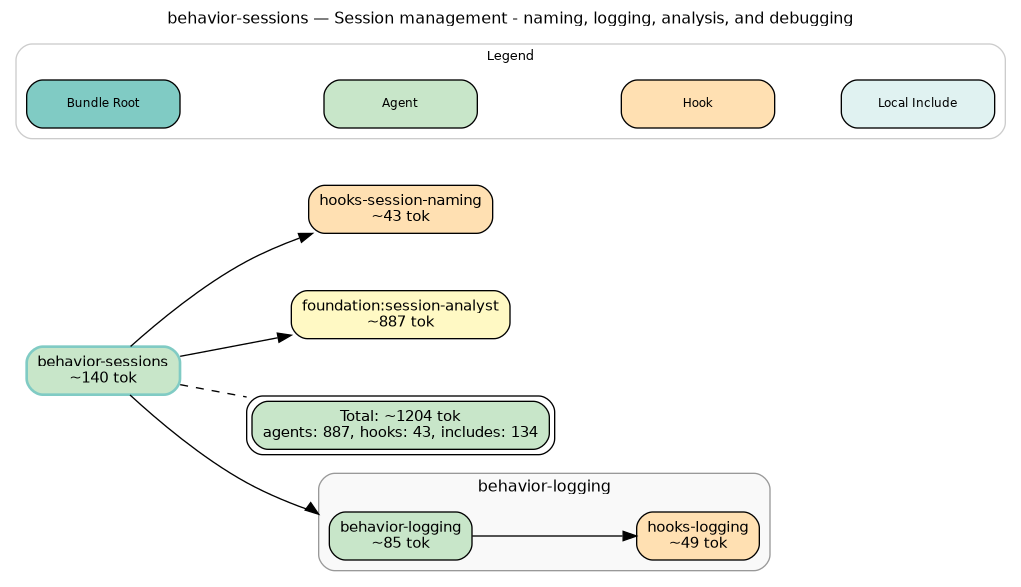
Before: behaviors/sessions.png, a diagram exported from Graphviz (microsoft/amplifier-foundation). Its source is kept beside it as behaviors/sessions.dot.
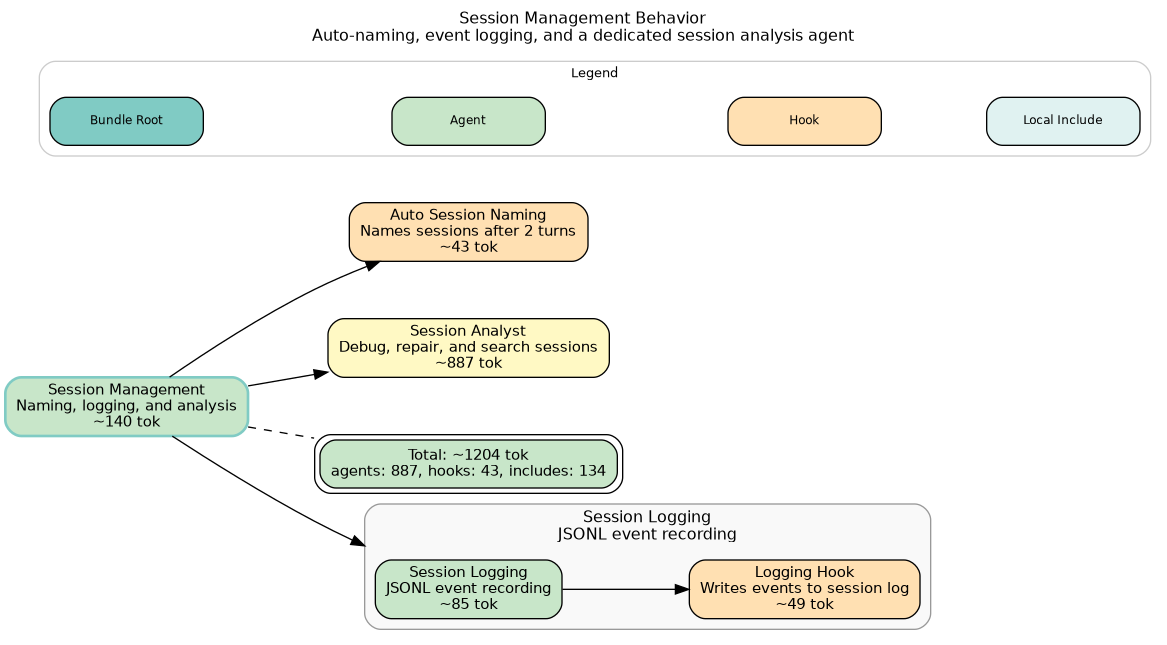
After the change.

The edit, as a diff of the source:
```diff
@@ -2,7 +2,7 @@
     rankdir=LR
     fontname="Helvetica"
     fontsize=12
-    label="behavior-sessions — Session management - naming, logging, analysis, and debugging"
+    label="Session Management Behavior\nAuto-naming, event logging, and a dedicated session analysis agent"
     labelloc=t
     labeljust=c
     compound=true
@@ -14,9 +14,9 @@
     node [fontname="Helvetica", fontsize=11, style="filled,rounded"]
     edge [fontname="Helvetica", fontsize=9]
 
-    root [label="behavior-sessions\n~140 tok", shape=box, fillcolor="#c8e6c9", style="filled,rounded,bold", color="#80cbc4"]
-    hook_hooks_session_naming [label="hooks-session-naming\n~43 tok", shape=box, fillcolor="#ffe0b2", style="filled,rounded"]
-    agent_foundation_session_analyst [label="foundation:session-analyst\n~887 tok", shape=box, fillcolor="#fff9c4", style="filled,rounded"]
+    root [label="Session Management\nNaming, logging, and analysis\n~140 tok", shape=box, fillcolor="#c8e6c9", style="filled,rounded,bold", color="#80cbc4"]
+    hook_hooks_session_naming [label="Auto Session Naming\nNames sessions after 2 turns\n~43 tok", shape=box, fillcolor="#ffe0b2", style="filled,rounded"]
+    agent_foundation_session_analyst [label="Session Analyst\nDebug, repair, and search sessions\n~887 tok", shape=box, fillcolor="#fff9c4", style="filled,rounded"]
     summary [label="Total: ~1204 tok\nagents: 887, hooks: 43, includes: 134", shape=box, fillcolor="#c8e6c9", style="filled,rounded", peripheries=2]
 
     root -> hook_hooks_session_naming
@@ -25,13 +25,13 @@
     root -> summary [style=dashed, arrowhead=none]
 
     subgraph cluster_inc_0 {
-        label="behavior-logging"
+        label="Session Logging\nJSONL event recording"
         style="filled,rounded"
         fillcolor="#f9f9f9"
         color="#999999"
 
-        cluster_inc_0_root [label="behavior-logging\n~85 tok", shape=box, fillcolor="#c8e6c9", style="filled,rounded"]
-        cluster_inc_0_hook_hooks_logging [label="hooks-logging\n~49 tok", shape=box, fillcolor="#ffe0b2", style="filled,rounded"]
+        cluster_inc_0_root [label="Session Logging\nJSONL event recording\n~85 tok", shape=box, fillcolor="#c8e6c9", style="filled,rounded"]
+        cluster_inc_0_hook_hooks_logging [label="Logging Hook\nWrites events to session log\n~49 tok", shape=box, fillcolor="#ffe0b2", style="filled,rounded"]
         cluster_inc_0_root -> cluster_inc_0_hook_hooks_logging
     }
 
```
